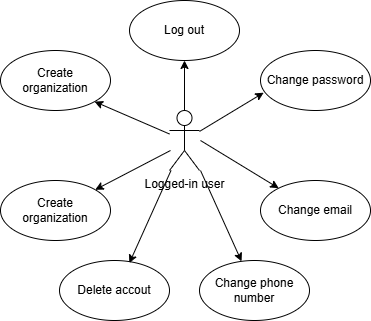
Above: docs/pictures/logged_usecase.drawio.png in DooMx3/Inzynierka (draw.io), before the change. Source tidied: cells renumbered, new cells last; positions are measured from the earlier drawing's top-left corner, leaving out a move shared by most shapes.
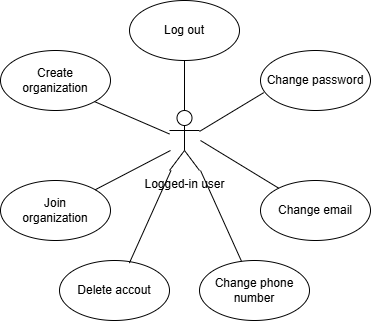
After the commit.

Commit message:
Fix logged-in use case diagram

Diff of the diagram source:
```diff
@@ -23,34 +23,34 @@
     <mxCell id="8" value="Delete accout" style="ellipse;whiteSpace=wrap;html=1;" parent="1" vertex="1">
       <mxGeometry x="59" y="260" width="110" height="60" as="geometry" />
     </mxCell>
-    <mxCell id="9" value="Create&lt;div&gt;organization&lt;/div&gt;" style="ellipse;whiteSpace=wrap;html=1;" parent="1" vertex="1">
+    <mxCell id="9" value="Join&lt;div&gt;organization&lt;/div&gt;" style="ellipse;whiteSpace=wrap;html=1;" parent="1" vertex="1">
       <mxGeometry y="180" width="110" height="60" as="geometry" />
     </mxCell>
-    <mxCell id="10" style="endArrow=classic;html=1;rounded=0;entryX=0.029;entryY=0.703;entryDx=0;entryDy=0;entryPerimeter=0;" parent="1" edge="1" source="2" target="4">
+    <mxCell id="10" style="endArrow=none;html=1;rounded=0;entryX=0.029;entryY=0.703;entryDx=0;entryDy=0;entryPerimeter=0;endFill=0;" parent="1" edge="1" source="2" target="4">
       <mxGeometry relative="1" as="geometry" />
     </mxCell>
-    <mxCell id="11" style="endArrow=classic;html=1;rounded=0;" parent="1" edge="1" target="6">
+    <mxCell id="11" style="endArrow=none;html=1;rounded=0;endFill=0;" parent="1" edge="1" target="6">
       <mxGeometry relative="1" as="geometry">
         <mxPoint x="200" y="140" as="sourcePoint" />
       </mxGeometry>
     </mxCell>
-    <mxCell id="12" style="endArrow=classic;html=1;rounded=0;" parent="1" edge="1" target="7">
+    <mxCell id="12" style="endArrow=none;html=1;rounded=0;endFill=0;" parent="1" edge="1" target="7">
       <mxGeometry relative="1" as="geometry">
         <mxPoint x="200" y="170" as="sourcePoint" />
       </mxGeometry>
     </mxCell>
-    <mxCell id="13" style="endArrow=classic;html=1;rounded=0;entryX=0.635;entryY=0.043;entryDx=0;entryDy=0;entryPerimeter=0;" parent="1" edge="1" source="2" target="8">
+    <mxCell id="13" style="endArrow=none;html=1;rounded=0;entryX=0.635;entryY=0.043;entryDx=0;entryDy=0;entryPerimeter=0;endFill=0;" parent="1" edge="1" source="2" target="8">
       <mxGeometry relative="1" as="geometry" />
     </mxCell>
-    <mxCell id="14" style="endArrow=classic;html=1;rounded=0;" parent="1" edge="1" target="9">
+    <mxCell id="14" style="endArrow=none;html=1;rounded=0;endFill=0;" parent="1" edge="1" target="9">
       <mxGeometry relative="1" as="geometry">
         <mxPoint x="170" y="150" as="sourcePoint" />
       </mxGeometry>
     </mxCell>
-    <mxCell id="15" style="endArrow=classic;html=1;rounded=0;entryX=1;entryY=1;entryDx=0;entryDy=0;" parent="1" edge="1" source="2" target="5">
+    <mxCell id="15" style="endArrow=none;html=1;rounded=0;entryX=1;entryY=1;entryDx=0;entryDy=0;endFill=0;" parent="1" edge="1" source="2" target="5">
       <mxGeometry relative="1" as="geometry" />
     </mxCell>
-    <mxCell id="16" style="endArrow=classic;html=1;rounded=0;entryX=0.5;entryY=1;entryDx=0;entryDy=0;" parent="1" edge="1" target="3">
+    <mxCell id="16" style="endArrow=none;html=1;rounded=0;entryX=0.5;entryY=1;entryDx=0;entryDy=0;startArrow=none;startFill=0;endFill=0;" parent="1" edge="1" target="3">
       <mxGeometry relative="1" as="geometry">
         <mxPoint x="184" y="110" as="sourcePoint" />
       </mxGeometry>
```
